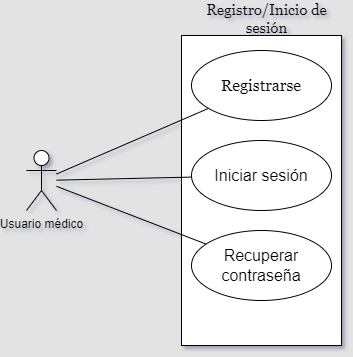
Earlier version of the draw.io export CU001_InicioSesion.png (CH3MOO/SpecialityX). Source tidied: cells renumbered, new cells last; positions are measured from the earlier drawing's top-left corner, leaving out a move shared by most shapes. The source it was exported from:
```xml
<mxGraphModel background="#e3e3e3" shadow="1">
  <root>
    <mxCell id="0" />
    <mxCell id="1" parent="0" />
    <mxCell id="2" value="Registro/Inicio de sesión" style="text;html=1;align=center;verticalAlign=middle;whiteSpace=wrap;rounded=0;fontFamily=Georgia;fontSize=15;labelBackgroundColor=none;" parent="1" vertex="1">
      <mxGeometry x="177.5" width="125" height="36" as="geometry" />
    </mxCell>
    <mxCell id="3" value="Usuario médico" style="shape=umlActor;verticalLabelPosition=bottom;verticalAlign=top;html=1;labelBackgroundColor=none;rounded=0;" parent="1" vertex="1">
      <mxGeometry y="150" width="30" height="60" as="geometry" />
    </mxCell>
    <mxCell id="4" style="rounded=0;whiteSpace=wrap;html=1;rotation=90;labelBackgroundColor=none;" parent="1" vertex="1">
      <mxGeometry x="80" y="110" width="310" height="160" as="geometry" />
    </mxCell>
    <mxCell id="5" value="Registrarse" style="ellipse;whiteSpace=wrap;html=1;fontFamily=Georgia;fontSize=16;labelBackgroundColor=none;rounded=0;" parent="1" vertex="1">
      <mxGeometry x="165" y="50" width="140" height="70" as="geometry" />
    </mxCell>
    <mxCell id="6" value="Iniciar sesión" style="ellipse;whiteSpace=wrap;html=1;fontSize=16;labelBackgroundColor=none;rounded=0;" parent="1" vertex="1">
      <mxGeometry x="165" y="140" width="140" height="70" as="geometry" />
    </mxCell>
    <mxCell id="7" value="Recuperar contraseña" style="ellipse;whiteSpace=wrap;html=1;fontSize=16;labelBackgroundColor=none;rounded=0;" parent="1" vertex="1">
      <mxGeometry x="165" y="230" width="140" height="70" as="geometry" />
    </mxCell>
    <mxCell id="8" style="endArrow=none;html=1;rounded=0;labelBackgroundColor=none;fontColor=default;" parent="1" edge="1" source="3" target="5">
      <mxGeometry relative="1" as="geometry" />
    </mxCell>
    <mxCell id="9" style="endArrow=none;html=1;rounded=0;labelBackgroundColor=none;fontColor=default;" parent="1" edge="1" source="3" target="6">
      <mxGeometry relative="1" as="geometry" />
    </mxCell>
    <mxCell id="10" style="endArrow=none;html=1;rounded=0;labelBackgroundColor=none;fontColor=default;" parent="1" edge="1" source="3" target="7">
      <mxGeometry relative="1" as="geometry" />
    </mxCell>
  </root>
</mxGraphModel>
```
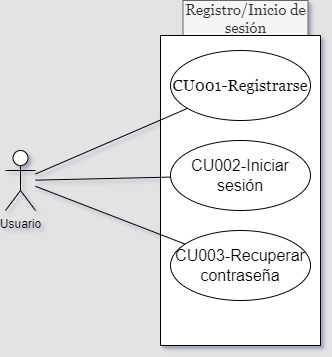
The same diagram one commit later.

Diff of the diagram source:
```diff
@@ -2,22 +2,22 @@
   <root>
     <mxCell id="0" />
     <mxCell id="1" parent="0" />
-    <mxCell id="2" value="Registro/Inicio de sesión" style="text;html=1;align=center;verticalAlign=middle;whiteSpace=wrap;rounded=0;fontFamily=Georgia;fontSize=15;labelBackgroundColor=none;" parent="1" vertex="1">
+    <mxCell id="2" value="Registro/Inicio de sesión" style="text;html=1;align=center;verticalAlign=middle;whiteSpace=wrap;rounded=0;fontFamily=Georgia;fontSize=15;labelBackgroundColor=none;fillColor=#f5f5f5;fontColor=#333333;strokeColor=#666666;" parent="1" vertex="1">
       <mxGeometry x="177.5" width="125" height="36" as="geometry" />
     </mxCell>
-    <mxCell id="3" value="Usuario médico" style="shape=umlActor;verticalLabelPosition=bottom;verticalAlign=top;html=1;labelBackgroundColor=none;rounded=0;" parent="1" vertex="1">
+    <mxCell id="3" value="Usuario" style="shape=umlActor;verticalLabelPosition=bottom;verticalAlign=top;html=1;labelBackgroundColor=none;rounded=0;" parent="1" vertex="1">
       <mxGeometry y="150" width="30" height="60" as="geometry" />
     </mxCell>
     <mxCell id="4" style="rounded=0;whiteSpace=wrap;html=1;rotation=90;labelBackgroundColor=none;" parent="1" vertex="1">
       <mxGeometry x="80" y="110" width="310" height="160" as="geometry" />
     </mxCell>
-    <mxCell id="5" value="Registrarse" style="ellipse;whiteSpace=wrap;html=1;fontFamily=Georgia;fontSize=16;labelBackgroundColor=none;rounded=0;" parent="1" vertex="1">
+    <mxCell id="5" value="CU001-Registrarse" style="ellipse;whiteSpace=wrap;html=1;fontFamily=Georgia;fontSize=16;labelBackgroundColor=none;rounded=0;" parent="1" vertex="1">
       <mxGeometry x="165" y="50" width="140" height="70" as="geometry" />
     </mxCell>
-    <mxCell id="6" value="Iniciar sesión" style="ellipse;whiteSpace=wrap;html=1;fontSize=16;labelBackgroundColor=none;rounded=0;" parent="1" vertex="1">
+    <mxCell id="6" value="CU002-Iniciar sesión" style="ellipse;whiteSpace=wrap;html=1;fontSize=16;labelBackgroundColor=none;rounded=0;" parent="1" vertex="1">
       <mxGeometry x="165" y="140" width="140" height="70" as="geometry" />
     </mxCell>
-    <mxCell id="7" value="Recuperar contraseña" style="ellipse;whiteSpace=wrap;html=1;fontSize=16;labelBackgroundColor=none;rounded=0;" parent="1" vertex="1">
+    <mxCell id="7" value="CU003-Recuperar contraseña" style="ellipse;whiteSpace=wrap;html=1;fontSize=16;labelBackgroundColor=none;rounded=0;" parent="1" vertex="1">
       <mxGeometry x="165" y="230" width="140" height="70" as="geometry" />
     </mxCell>
     <mxCell id="8" style="endArrow=none;html=1;rounded=0;labelBackgroundColor=none;fontColor=default;" parent="1" edge="1" source="3" target="5">
```
